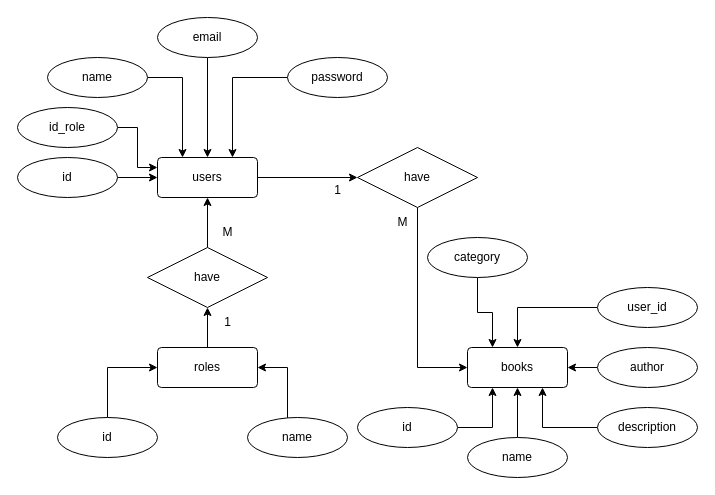
Earlier version of the draw.io diagram bookShelfApp.drawio (takachan0012/draw.io). Source tidied: cells renumbered, new cells numbered last; positions are measured from the earlier drawing's top-left corner, leaving out a move shared by most shapes. Both pictures are drawn from the tidied source at 100%, with x=0, y=0 at pixel (17, 17).
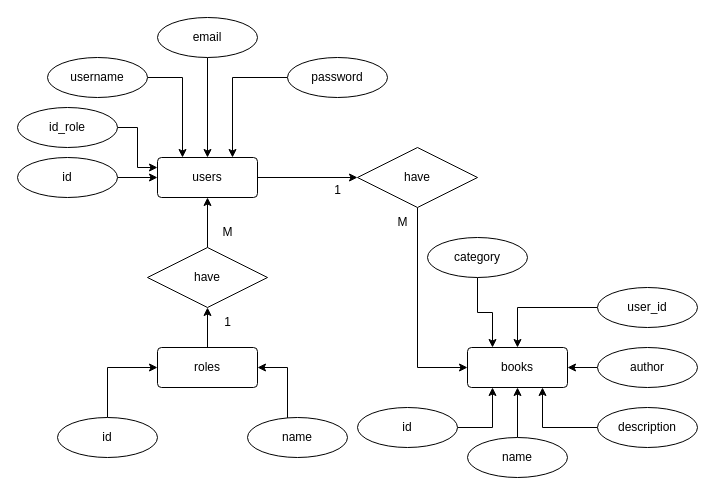
The same diagram, later.

Commit message:
added username attribute at entity users

Change to the diagram source:
```diff
@@
-    <mxCell id="30" value="name" style="ellipse;whiteSpace=wrap;html=1;align=center;" parent="1" vertex="1">
+    <mxCell id="30" value="username" style="ellipse;whiteSpace=wrap;html=1;align=center;" parent="1" vertex="1">
       <mxGeometry x="30" y="40" width="100" height="40" as="geometry" />
     </mxCell>
```
